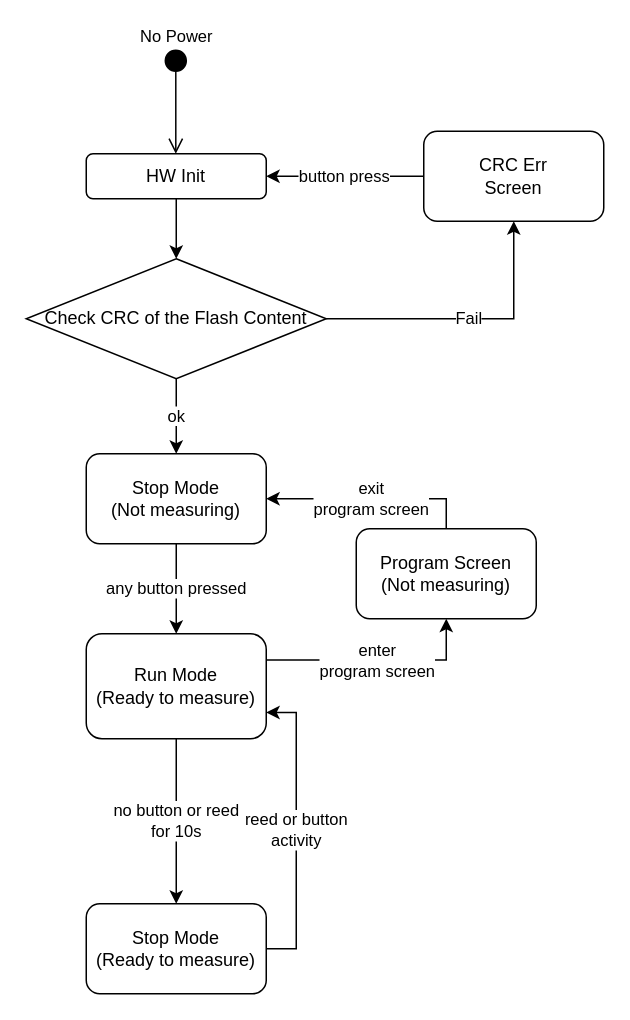
Above: Untitled Diagram.drawio in insighthorizon/useful_scripts (draw.io), before the change. Source tidied: cells renumbered, new cells numbered last; positions are measured from the earlier drawing's top-left corner, leaving out a move shared by most shapes. Both pictures are drawn from the tidied source at 150%, with x=0, y=0 at pixel (26, 48).
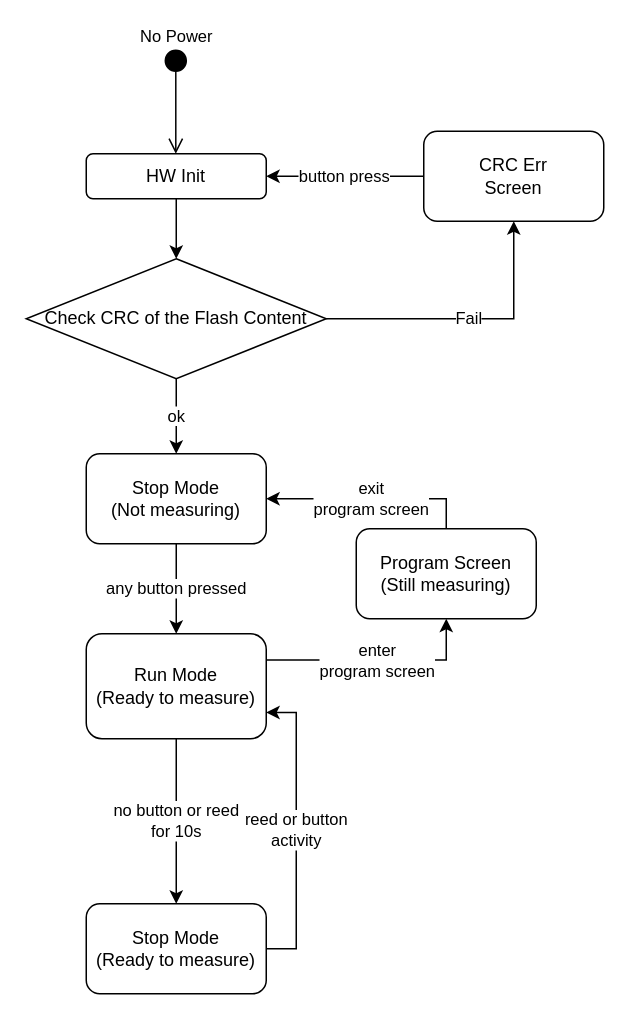
The same page after the edit.

The edit, as a diff of the source:
```diff
@@
-    <mxCell id="19" value="Program Screen&lt;br&gt;(Not measuring)" style="rounded=1;whiteSpace=wrap;html=1;" parent="1" vertex="1">
+    <mxCell id="19" value="Program Screen&lt;br&gt;(Still measuring)" style="rounded=1;whiteSpace=wrap;html=1;" parent="1" vertex="1">
       <mxGeometry x="220" y="320" width="120" height="60" as="geometry" />
     </mxCell>
```
